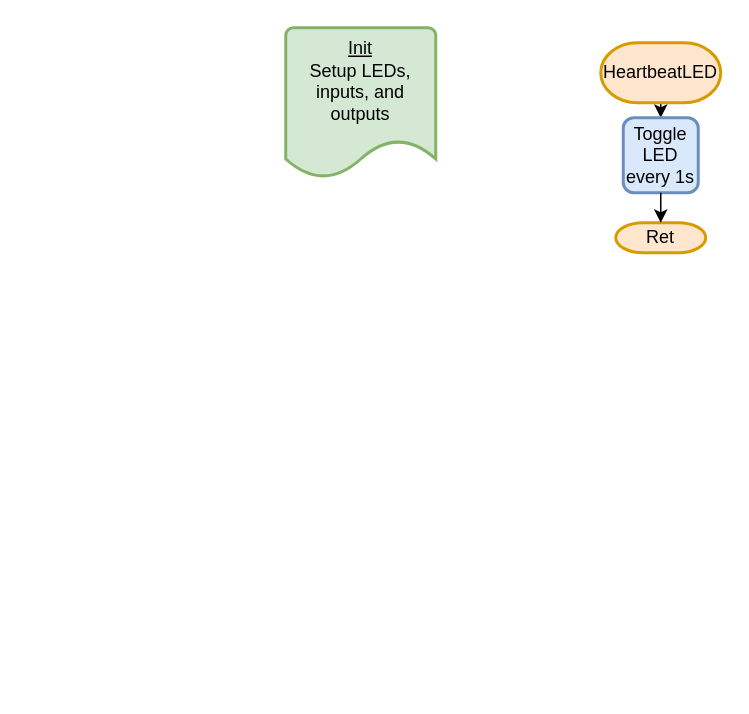
msu-eele-465/project3-jack-erik-ruby keeps this draw.io diagram as docs/Project3_Charts.drawio. Above is the earlier version. Source tidied: cells renumbered, new cells numbered last; positions are measured from the earlier drawing's top-left corner, leaving out a move shared by most shapes. Both pictures are drawn from the tidied source at 150%, with x=0, y=0 at pixel (285, 27).
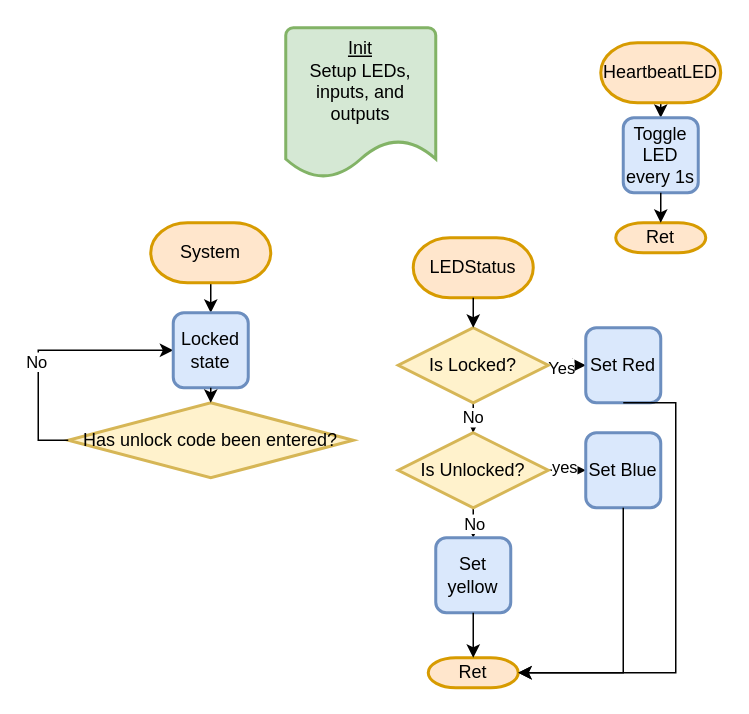
The same page after the edit.

Commit message (it also covers changes not shown here):
Started flowchart

The edit, as a diff of the source:
```diff
@@
+    <mxCell id="8" style="edgeStyle=orthogonalEdgeStyle;rounded=0;jettySize=auto;html=1;exitX=0.5;exitY=1;exitDx=0;exitDy=0;exitPerimeter=0;entryX=0.5;entryY=0;entryDx=0;entryDy=0;" parent="1" edge="1" source="9" target="13">
+      <mxGeometry relative="1" as="geometry" />
+    </mxCell>
+    <mxCell id="9" value="System" style="strokeWidth=2;html=1;shape=mxgraph.flowchart.terminator;whiteSpace=wrap;fillColor=#ffe6cc;strokeColor=#d79b00;" parent="1" vertex="1">
+      <mxGeometry x="-90" y="130" width="80" height="40" as="geometry" />
+    </mxCell>
+    <mxCell id="10" value="Has unlock code been entered?" style="strokeWidth=2;html=1;shape=mxgraph.flowchart.decision;whiteSpace=wrap;fillColor=#fff2cc;strokeColor=#d6b656;" parent="1" vertex="1">
+      <mxGeometry x="-145" y="250" width="190" height="50" as="geometry" />
+    </mxCell>
+    <mxCell id="11" style="edgeStyle=orthogonalEdgeStyle;rounded=0;jettySize=auto;html=1;exitX=0;exitY=0.5;exitDx=0;exitDy=0;exitPerimeter=0;entryX=0;entryY=0.5;entryDx=0;entryDy=0;" parent="1" edge="1" source="10" target="13">
+      <mxGeometry relative="1" as="geometry" />
+    </mxCell>
+    <mxCell id="12" value="No" style="edgeLabel;html=1;align=center;verticalAlign=middle;" parent="11" vertex="1">
+      <mxGeometry x="-0.14" y="2" relative="1" as="geometry" />
+    </mxCell>
+    <mxCell id="13" value="Locked state" style="rounded=1;whiteSpace=wrap;html=1;absoluteArcSize=1;arcSize=14;strokeWidth=2;fillColor=#dae8fc;strokeColor=#6c8ebf;" parent="1" vertex="1">
+      <mxGeometry x="-75" y="190" width="50" height="50" as="geometry" />
+    </mxCell>
+    <mxCell id="14" style="edgeStyle=orthogonalEdgeStyle;rounded=0;jettySize=auto;html=1;exitX=0.5;exitY=1;exitDx=0;exitDy=0;entryX=0.5;entryY=0;entryDx=0;entryDy=0;entryPerimeter=0;" parent="1" edge="1" source="13" target="10">
+      <mxGeometry relative="1" as="geometry" />
+    </mxCell>
+    <mxCell id="15" value="LEDStatus" style="strokeWidth=2;html=1;shape=mxgraph.flowchart.terminator;whiteSpace=wrap;fillColor=#ffe6cc;strokeColor=#d79b00;" parent="1" vertex="1">
+      <mxGeometry x="85" y="140" width="80" height="40" as="geometry" />
+    </mxCell>
+    <mxCell id="16" value="No" style="edgeStyle=orthogonalEdgeStyle;rounded=0;jettySize=auto;html=1;" parent="1" edge="1" source="19" target="24">
+      <mxGeometry relative="1" as="geometry" />
+    </mxCell>
+    <mxCell id="17" style="edgeStyle=orthogonalEdgeStyle;rounded=0;jettySize=auto;html=1;exitX=1;exitY=0.5;exitDx=0;exitDy=0;exitPerimeter=0;entryX=0;entryY=0.5;entryDx=0;entryDy=0;" parent="1" edge="1" source="19" target="25">
+      <mxGeometry relative="1" as="geometry" />
+    </mxCell>
+    <mxCell id="18" value="Yes" style="edgeLabel;html=1;align=center;verticalAlign=middle;" parent="17" vertex="1">
+      <mxGeometry x="-0.36" y="-1" relative="1" as="geometry" />
+    </mxCell>
+    <mxCell id="19" value="Is Locked?" style="strokeWidth=2;html=1;shape=mxgraph.flowchart.decision;whiteSpace=wrap;fillColor=#fff2cc;strokeColor=#d6b656;" parent="1" vertex="1">
+      <mxGeometry x="75" y="200" width="100" height="50" as="geometry" />
+    </mxCell>
+    <mxCell id="20" style="edgeStyle=orthogonalEdgeStyle;rounded=0;jettySize=auto;html=1;" parent="1" edge="1" source="24">
+      <mxGeometry relative="1" as="geometry">
+        <mxPoint x="125" y="340" as="targetPoint" />
+      </mxGeometry>
+    </mxCell>
+    <mxCell id="21" value="No" style="edgeLabel;html=1;align=center;verticalAlign=middle;" parent="20" vertex="1">
+      <mxGeometry x="-0.07" relative="1" as="geometry" />
+    </mxCell>
+    <mxCell id="22" style="edgeStyle=orthogonalEdgeStyle;rounded=0;jettySize=auto;html=1;exitX=1;exitY=0.5;exitDx=0;exitDy=0;exitPerimeter=0;entryX=0;entryY=0.5;entryDx=0;entryDy=0;" parent="1" edge="1" source="24" target="26">
+      <mxGeometry relative="1" as="geometry" />
+    </mxCell>
+    <mxCell id="23" value="yes" style="edgeLabel;html=1;align=center;verticalAlign=middle;" parent="22" vertex="1">
+      <mxGeometry x="-0.2" y="3" relative="1" as="geometry" />
+    </mxCell>
+    <mxCell id="24" value="Is Unlocked?" style="strokeWidth=2;html=1;shape=mxgraph.flowchart.decision;whiteSpace=wrap;fillColor=#fff2cc;strokeColor=#d6b656;" parent="1" vertex="1">
+      <mxGeometry x="75" y="270" width="100" height="50" as="geometry" />
+    </mxCell>
+    <mxCell id="25" value="Set Red" style="rounded=1;whiteSpace=wrap;html=1;absoluteArcSize=1;arcSize=14;strokeWidth=2;fillColor=#dae8fc;strokeColor=#6c8ebf;" parent="1" vertex="1">
+      <mxGeometry x="200" y="200" width="50" height="50" as="geometry" />
+    </mxCell>
+    <mxCell id="26" value="Set Blue" style="rounded=1;whiteSpace=wrap;html=1;absoluteArcSize=1;arcSize=14;strokeWidth=2;fillColor=#dae8fc;strokeColor=#6c8ebf;" parent="1" vertex="1">
+      <mxGeometry x="200" y="270" width="50" height="50" as="geometry" />
+    </mxCell>
+    <mxCell id="27" value="Set yellow" style="rounded=1;whiteSpace=wrap;html=1;absoluteArcSize=1;arcSize=14;strokeWidth=2;fillColor=#dae8fc;strokeColor=#6c8ebf;" parent="1" vertex="1">
+      <mxGeometry x="100" y="340" width="50" height="50" as="geometry" />
+    </mxCell>
+    <mxCell id="28" value="Ret" style="strokeWidth=2;html=1;shape=mxgraph.flowchart.terminator;whiteSpace=wrap;fillColor=#ffe6cc;strokeColor=#d79b00;" parent="1" vertex="1">
+      <mxGeometry x="95" y="420" width="60" height="20" as="geometry" />
+    </mxCell>
+    <mxCell id="29" style="edgeStyle=orthogonalEdgeStyle;rounded=0;jettySize=auto;html=1;exitX=0.5;exitY=1;exitDx=0;exitDy=0;entryX=0.5;entryY=0;entryDx=0;entryDy=0;entryPerimeter=0;" parent="1" edge="1" source="27" target="28">
+      <mxGeometry relative="1" as="geometry" />
+    </mxCell>
+    <mxCell id="30" style="edgeStyle=orthogonalEdgeStyle;rounded=0;jettySize=auto;html=1;exitX=0.5;exitY=1;exitDx=0;exitDy=0;entryX=1;entryY=0.5;entryDx=0;entryDy=0;entryPerimeter=0;" parent="1" edge="1" source="26" target="28">
+      <mxGeometry relative="1" as="geometry" />
+    </mxCell>
+    <mxCell id="31" style="edgeStyle=orthogonalEdgeStyle;rounded=0;jettySize=auto;html=1;exitX=0.5;exitY=1;exitDx=0;exitDy=0;entryX=1;entryY=0.5;entryDx=0;entryDy=0;entryPerimeter=0;" parent="1" edge="1" source="25" target="28">
+      <mxGeometry relative="1" as="geometry">
+        <Array as="points">
+          <mxPoint x="260" y="250" />
+          <mxPoint x="260" y="430" />
+        </Array>
+      </mxGeometry>
+    </mxCell>
+    <mxCell id="32" style="edgeStyle=orthogonalEdgeStyle;rounded=0;jettySize=auto;html=1;exitX=0.5;exitY=1;exitDx=0;exitDy=0;exitPerimeter=0;entryX=0.5;entryY=0;entryDx=0;entryDy=0;entryPerimeter=0;" parent="1" edge="1" source="15" target="19">
+      <mxGeometry relative="1" as="geometry" />
+    </mxCell>
```
